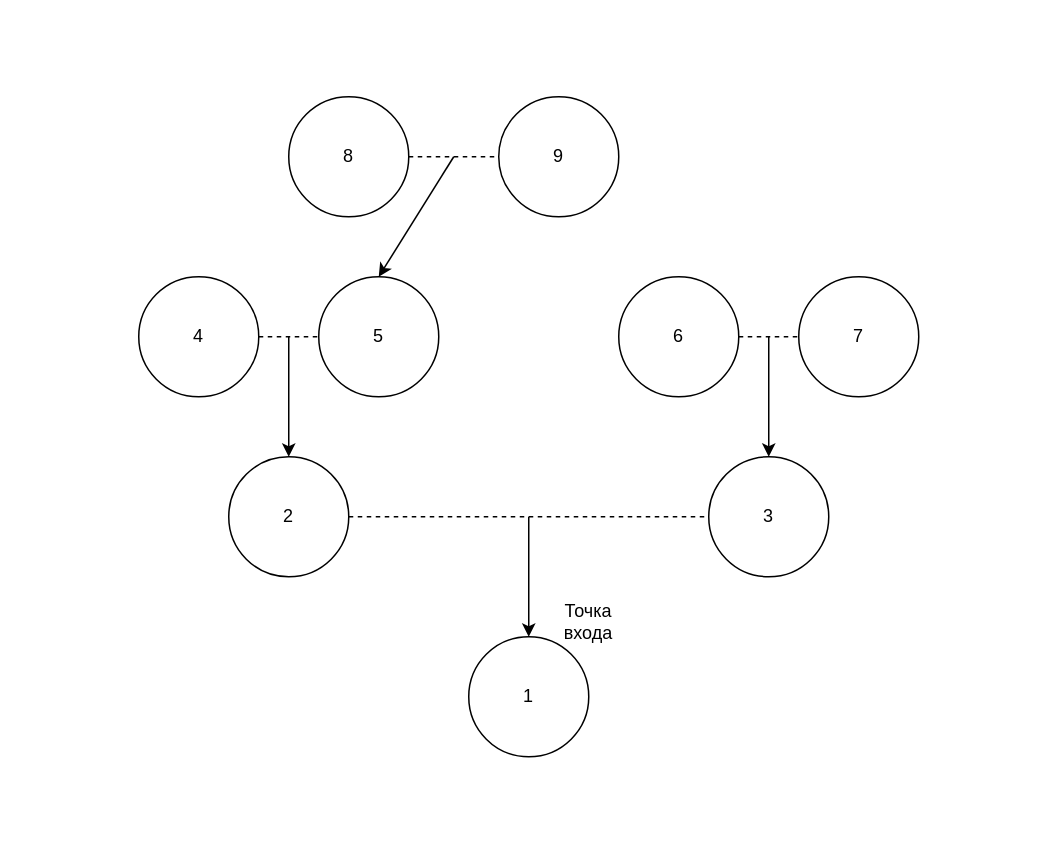
Before: page "Page-1" (1 of 4) of posts/post-84/images/incest.drawio in urpylka/notes, a draw.io diagram. Source tidied: cells renumbered, new cells numbered last; positions are measured from the earlier drawing's top-left corner, leaving out a move shared by most shapes. Both pictures are drawn from the tidied source at 150%, with x=0, y=0 at pixel (138, 96).
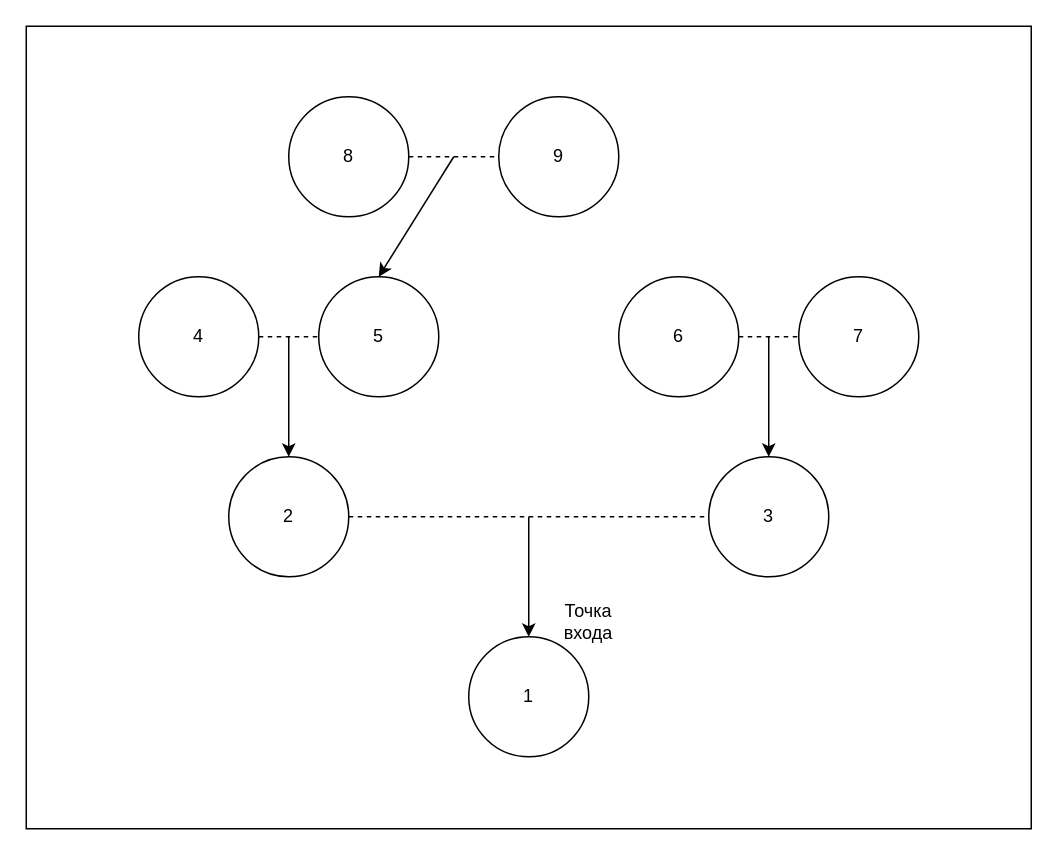
After the change.

The edit, as a diff of the source:
```diff
@@
+    <mxCell id="20" style="rounded=0;whiteSpace=wrap;html=1;" parent="1" vertex="1">
+      <mxGeometry x="-75" y="-47" width="670" height="535" as="geometry" />
+    </mxCell>
```
